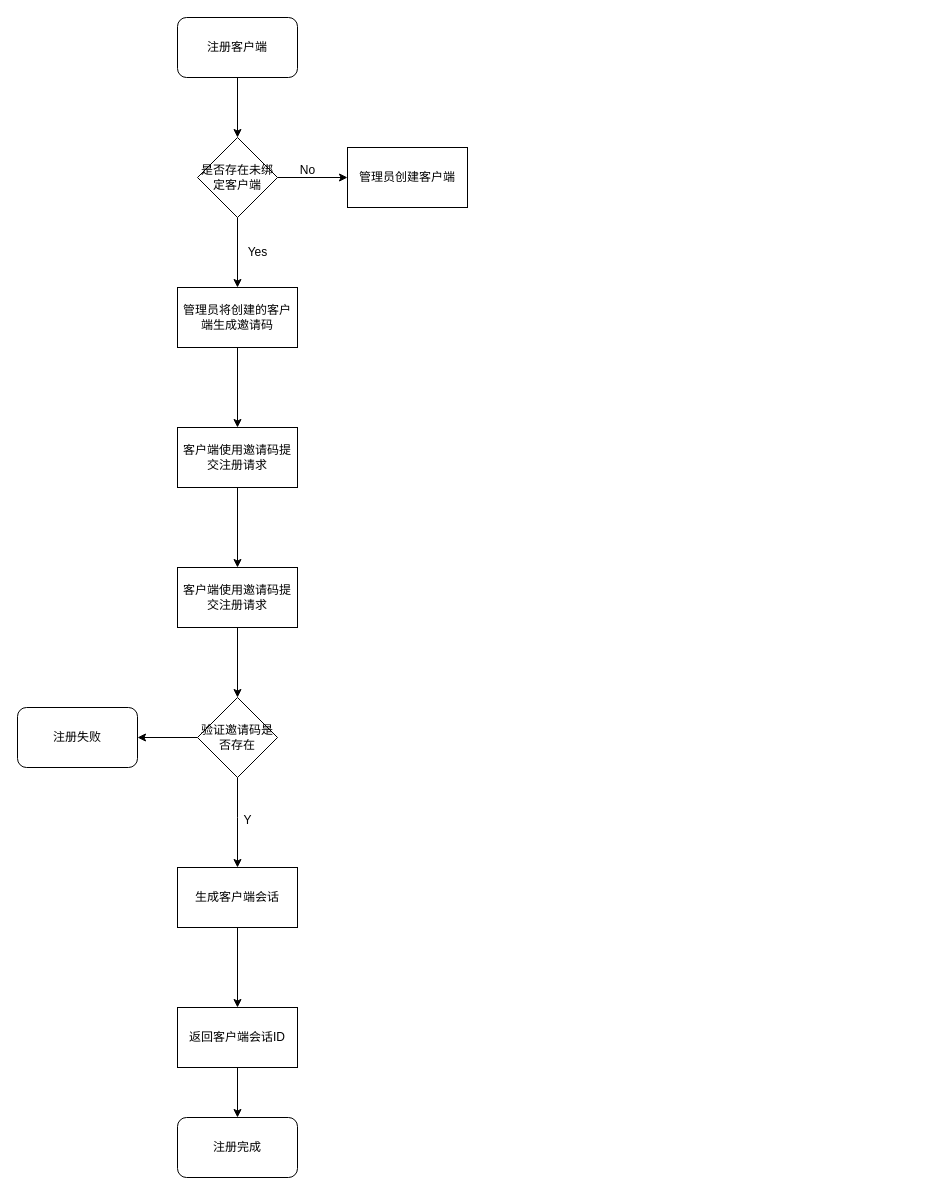
anyingiit/Draw.io keeps this draw.io diagram as 基于Golang和React的内网资源管理软件-后端.drawio. Above is the earlier version. Source tidied: cells renumbered, new cells numbered last; positions are measured from the earlier drawing's top-left corner, leaving out a move shared by most shapes. Both pictures are drawn from the tidied source at 100%, with x=0, y=0 at pixel (17, 17).
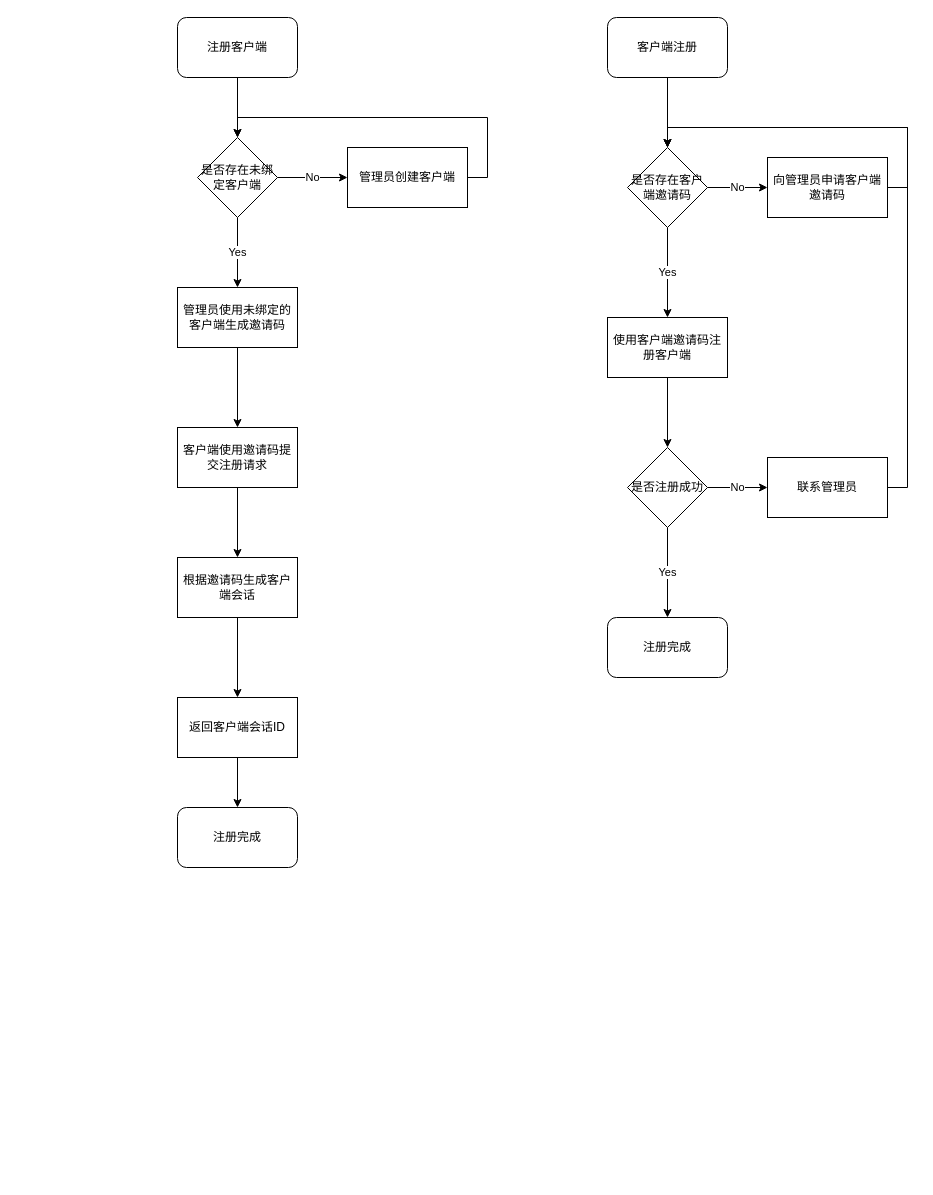
The same diagram, later.

Commit message (it also covers changes not shown here):
Update 基于Golang和React的内网资源管理软件-后端.drawio

Unchanged cells that the change refers to:
```xml
<mxCell id="2" value="管理员创建客户端" style="rounded=0;whiteSpace=wrap;html=1;" parent="1" vertex="1">
  <mxGeometry x="330" y="130" width="120" height="60" as="geometry" />
</mxCell>
<mxCell id="6" value="客户端使用邀请码提交注册请求" style="rounded=0;whiteSpace=wrap;html=1;" parent="1" vertex="1">
  <mxGeometry x="160" y="410" width="120" height="60" as="geometry" />
</mxCell>
<mxCell id="22" value="是否存在未绑定客户端" style="rhombus;whiteSpace=wrap;html=1;rounded=0;" parent="1" vertex="1">
  <mxGeometry x="180" y="120" width="80" height="80" as="geometry" />
</mxCell>
```

What changed in the source:
```diff
@@
+    <mxCell id="26" style="edgeStyle=orthogonalEdgeStyle;rounded=0;jettySize=auto;html=1;exitX=1;exitY=0.5;exitDx=0;exitDy=0;entryX=0.5;entryY=0;entryDx=0;entryDy=0;" parent="1" edge="1" source="2" target="22">
+      <mxGeometry relative="1" as="geometry">
+        <Array as="points">
+          <mxPoint x="470" y="160" />
+          <mxPoint x="470" y="100" />
+          <mxPoint x="220" y="100" />
+        </Array>
+      </mxGeometry>
+    </mxCell>
@@
-    <mxCell id="4" value="管理员将创建的客户端生成邀请码" style="rounded=0;whiteSpace=wrap;html=1;" parent="1" vertex="1">
+    <mxCell id="4" value="管理员使用未绑定的客户端生成邀请码" style="rounded=0;whiteSpace=wrap;html=1;" parent="1" vertex="1">
       <mxGeometry x="160" y="270" width="120" height="60" as="geometry" />
     </mxCell>
-    <mxCell id="5" style="edgeStyle=orthogonalEdgeStyle;rounded=0;jettySize=auto;html=1;" parent="1" edge="1" source="6" target="8">
-      <mxGeometry relative="1" as="geometry" />
-    </mxCell>
+    <mxCell id="27" style="edgeStyle=orthogonalEdgeStyle;rounded=0;jettySize=auto;html=1;" parent="1" edge="1" source="6" target="13">
+      <mxGeometry relative="1" as="geometry" />
+    </mxCell>
@@
-    <mxCell id="7" style="edgeStyle=orthogonalEdgeStyle;rounded=0;jettySize=auto;html=1;" parent="1" edge="1" source="8" target="11">
-      <mxGeometry relative="1" as="geometry" />
-    </mxCell>
-    <mxCell id="8" value="客户端使用邀请码提交注册请求" style="rounded=0;whiteSpace=wrap;html=1;" parent="1" vertex="1">
-      <mxGeometry x="160" y="550" width="120" height="60" as="geometry" />
-    </mxCell>
-    <mxCell id="9" style="edgeStyle=orthogonalEdgeStyle;rounded=0;jettySize=auto;html=1;" parent="1" edge="1" source="11" target="13">
-      <mxGeometry relative="1" as="geometry">
-        <Array as="points">
-          <mxPoint x="220" y="800" />
-          <mxPoint x="220" y="800" />
-        </Array>
-      </mxGeometry>
-    </mxCell>
-    <mxCell id="10" style="edgeStyle=orthogonalEdgeStyle;rounded=0;jettySize=auto;html=1;" parent="1" edge="1" source="11" target="24">
-      <mxGeometry relative="1" as="geometry" />
-    </mxCell>
-    <mxCell id="11" value="验证邀请码是否存在" style="rhombus;whiteSpace=wrap;html=1;rounded=0;" parent="1" vertex="1">
-      <mxGeometry x="180" y="680" width="80" height="80" as="geometry" />
-    </mxCell>
@@
-    <mxCell id="13" value="生成客户端会话" style="whiteSpace=wrap;html=1;rounded=0;" parent="1" vertex="1">
-      <mxGeometry x="160" y="850" width="120" height="60" as="geometry" />
+    <mxCell id="13" value="根据邀请码生成客户端会话" style="whiteSpace=wrap;html=1;rounded=0;" parent="1" vertex="1">
+      <mxGeometry x="160" y="540" width="120" height="60" as="geometry" />
     </mxCell>
-    <mxCell id="14" value="Y" style="text;html=1;align=center;verticalAlign=middle;strokeColor=none;fillColor=none;" parent="1" vertex="1">
-      <mxGeometry x="215" y="788" width="30" height="30" as="geometry" />
-    </mxCell>
@@
     <mxCell id="16" value="返回客户端会话ID" style="whiteSpace=wrap;html=1;rounded=0;" parent="1" vertex="1">
-      <mxGeometry x="160" y="990" width="120" height="60" as="geometry" />
+      <mxGeometry x="160" y="680" width="120" height="60" as="geometry" />
     </mxCell>
@@
     <mxCell id="19" value="注册完成" style="rounded=1;whiteSpace=wrap;html=1;" parent="1" vertex="1">
-      <mxGeometry x="160" y="1100" width="120" height="60" as="geometry" />
+      <mxGeometry x="160" y="790" width="120" height="60" as="geometry" />
     </mxCell>
-    <mxCell id="20" style="edgeStyle=orthogonalEdgeStyle;rounded=0;jettySize=auto;html=1;" parent="1" edge="1" source="22" target="4">
+    <mxCell id="20" value="Yes" style="edgeStyle=orthogonalEdgeStyle;rounded=0;jettySize=auto;html=1;" parent="1" edge="1" source="22" target="4">
       <mxGeometry relative="1" as="geometry" />
     </mxCell>
-    <mxCell id="21" style="edgeStyle=orthogonalEdgeStyle;rounded=0;jettySize=auto;html=1;" parent="1" edge="1" source="22" target="2">
+    <mxCell id="21" value="No" style="edgeStyle=orthogonalEdgeStyle;rounded=0;jettySize=auto;html=1;" parent="1" edge="1" source="22" target="2">
       <mxGeometry relative="1" as="geometry" />
     </mxCell>
@@
-    <mxCell id="23" value="Yes" style="text;html=1;align=center;verticalAlign=middle;strokeColor=none;fillColor=none;" parent="1" vertex="1">
-      <mxGeometry x="220" y="220" width="40" height="30" as="geometry" />
-    </mxCell>
-    <mxCell id="24" value="注册失败" style="rounded=1;whiteSpace=wrap;html=1;" parent="1" vertex="1">
-      <mxGeometry y="690" width="120" height="60" as="geometry" />
-    </mxCell>
-    <mxCell id="25" value="No" style="text;html=1;align=center;verticalAlign=middle;strokeColor=none;fillColor=none;" parent="1" vertex="1">
-      <mxGeometry x="270" y="138" width="40" height="30" as="geometry" />
-    </mxCell>
+    <mxCell id="28" style="edgeStyle=orthogonalEdgeStyle;rounded=0;jettySize=auto;html=1;" parent="1" edge="1" source="29" target="32">
+      <mxGeometry relative="1" as="geometry" />
+    </mxCell>
+    <mxCell id="29" value="客户端注册" style="rounded=1;whiteSpace=wrap;html=1;" parent="1" vertex="1">
+      <mxGeometry x="590" width="120" height="60" as="geometry" />
+    </mxCell>
+    <mxCell id="30" value="Yes" style="edgeStyle=orthogonalEdgeStyle;rounded=0;jettySize=auto;html=1;" parent="1" edge="1" source="32" target="34">
+      <mxGeometry relative="1" as="geometry">
+        <Array as="points">
+          <mxPoint x="650" y="250" />
+          <mxPoint x="650" y="250" />
+        </Array>
+      </mxGeometry>
+    </mxCell>
+    <mxCell id="31" value="No" style="edgeStyle=orthogonalEdgeStyle;rounded=0;jettySize=auto;html=1;" parent="1" edge="1" source="32" target="36">
+      <mxGeometry relative="1" as="geometry" />
+    </mxCell>
+    <mxCell id="32" value="是否存在客户端邀请码" style="rhombus;whiteSpace=wrap;html=1;" parent="1" vertex="1">
+      <mxGeometry x="610" y="130" width="80" height="80" as="geometry" />
+    </mxCell>
+    <mxCell id="33" style="edgeStyle=orthogonalEdgeStyle;rounded=0;jettySize=auto;html=1;" parent="1" edge="1" source="34" target="39">
+      <mxGeometry relative="1" as="geometry" />
+    </mxCell>
+    <mxCell id="34" value="使用客户端邀请码注册客户端" style="whiteSpace=wrap;html=1;" parent="1" vertex="1">
+      <mxGeometry x="590" y="300" width="120" height="60" as="geometry" />
+    </mxCell>
+    <mxCell id="35" style="edgeStyle=orthogonalEdgeStyle;rounded=0;jettySize=auto;html=1;exitX=1;exitY=0.5;exitDx=0;exitDy=0;entryX=0.5;entryY=0;entryDx=0;entryDy=0;" parent="1" edge="1" source="36" target="32">
+      <mxGeometry relative="1" as="geometry">
+        <Array as="points">
+          <mxPoint x="890" y="170" />
+          <mxPoint x="890" y="110" />
+          <mxPoint x="650" y="110" />
+        </Array>
+      </mxGeometry>
+    </mxCell>
+    <mxCell id="36" value="向管理员申请客户端邀请码" style="whiteSpace=wrap;html=1;" parent="1" vertex="1">
+      <mxGeometry x="750" y="140" width="120" height="60" as="geometry" />
+    </mxCell>
+    <mxCell id="37" value="Yes" style="edgeStyle=orthogonalEdgeStyle;rounded=0;jettySize=auto;html=1;" parent="1" edge="1" source="39" target="40">
+      <mxGeometry relative="1" as="geometry" />
+    </mxCell>
+    <mxCell id="38" value="No" style="edgeStyle=orthogonalEdgeStyle;rounded=0;jettySize=auto;html=1;" parent="1" edge="1" source="39" target="42">
+      <mxGeometry relative="1" as="geometry" />
+    </mxCell>
+    <mxCell id="39" value="是否注册成功" style="rhombus;whiteSpace=wrap;html=1;" parent="1" vertex="1">
+      <mxGeometry x="610" y="430" width="80" height="80" as="geometry" />
+    </mxCell>
+    <mxCell id="40" value="注册完成" style="rounded=1;whiteSpace=wrap;html=1;" parent="1" vertex="1">
+      <mxGeometry x="590" y="600" width="120" height="60" as="geometry" />
+    </mxCell>
+    <mxCell id="41" style="edgeStyle=orthogonalEdgeStyle;rounded=0;jettySize=auto;html=1;exitX=1;exitY=0.5;exitDx=0;exitDy=0;entryX=0.5;entryY=0;entryDx=0;entryDy=0;" parent="1" edge="1" source="42" target="32">
+      <mxGeometry relative="1" as="geometry" />
+    </mxCell>
+    <mxCell id="42" value="联系管理员" style="whiteSpace=wrap;html=1;" parent="1" vertex="1">
+      <mxGeometry x="750" y="440" width="120" height="60" as="geometry" />
+    </mxCell>
```
